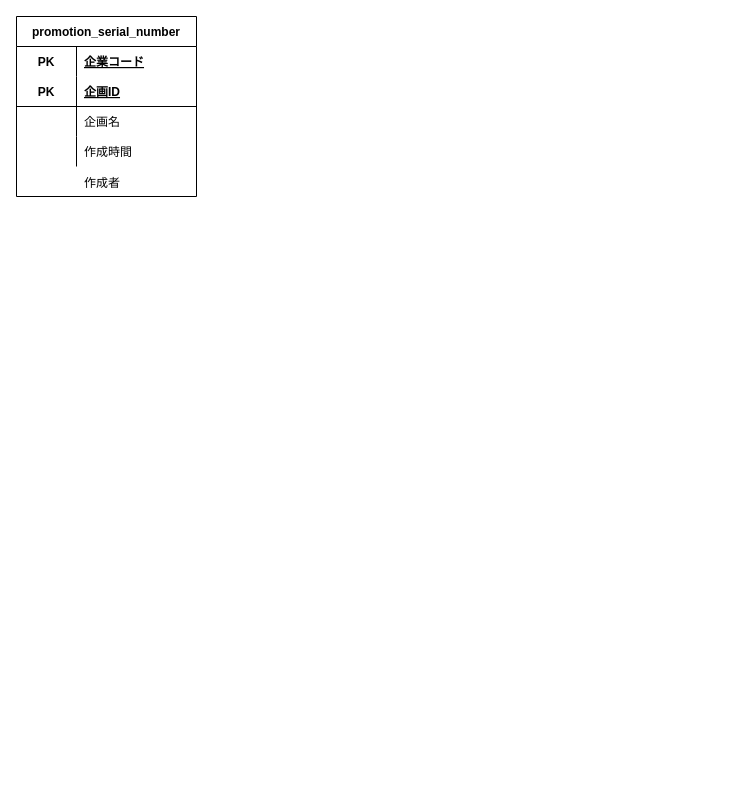
Before: poc_barcode.drawio in 10151940/Life, a draw.io diagram. Source tidied: cells renumbered, new cells numbered last; positions are measured from the earlier drawing's top-left corner, leaving out a move shared by most shapes. Both pictures are drawn from the tidied source at 100%, with x=0, y=0 at pixel (16, 16).
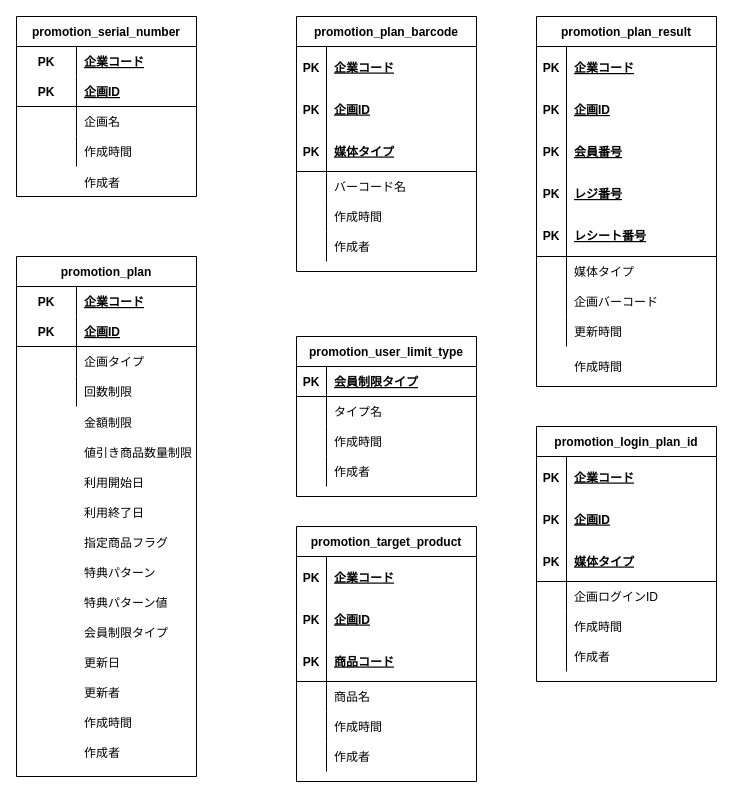
Above is the later version.

The edit, as a diff of the source:
```diff
@@
+    <mxCell id="17" style="group;" parent="1" vertex="1">
+      <mxGeometry y="240" width="180" height="630" as="geometry" />
+    </mxCell>
+    <mxCell id="18" value="promotion_plan" style="shape=table;startSize=30;childLayout=tableLayout;rowLines=0;fontStyle=1;align=center;" parent="17" vertex="1">
+      <mxGeometry width="180" height="520" as="geometry" />
+    </mxCell>
+    <mxCell id="19" style="shape=partialRectangle;fillColor=none;top=0;left=0;bottom=0;right=0;" parent="18" vertex="1">
+      <mxGeometry y="30" width="180" height="30" as="geometry" />
+    </mxCell>
+    <mxCell id="20" value="PK" style="shape=partialRectangle;fillColor=none;top=0;left=0;bottom=0;right=0;fontStyle=1;overflow=hidden;" parent="19" vertex="1">
+      <mxGeometry width="60" height="30" as="geometry" />
+    </mxCell>
+    <mxCell id="21" value="企業コード" style="shape=partialRectangle;fillColor=none;top=0;left=0;bottom=0;right=0;align=left;spacingLeft=6;fontStyle=5;overflow=hidden;" parent="19" vertex="1">
+      <mxGeometry x="60" width="120" height="30" as="geometry" />
+    </mxCell>
+    <mxCell id="22" style="shape=partialRectangle;fillColor=none;top=0;left=0;bottom=1;right=0;" parent="18" vertex="1">
+      <mxGeometry y="60" width="180" height="30" as="geometry" />
+    </mxCell>
+    <mxCell id="23" value="PK" style="shape=partialRectangle;fillColor=none;top=0;left=0;bottom=0;right=0;fontStyle=1;overflow=hidden;" parent="22" vertex="1">
+      <mxGeometry width="60" height="30" as="geometry" />
+    </mxCell>
+    <mxCell id="24" value="企画ID" style="shape=partialRectangle;fillColor=none;top=0;left=0;bottom=0;right=0;align=left;spacingLeft=6;fontStyle=5;overflow=hidden;" parent="22" vertex="1">
+      <mxGeometry x="60" width="120" height="30" as="geometry" />
+    </mxCell>
+    <mxCell id="25" style="shape=partialRectangle;fillColor=none;top=0;left=0;bottom=0;right=0;" parent="18" vertex="1">
+      <mxGeometry y="90" width="180" height="30" as="geometry" />
+    </mxCell>
+    <mxCell id="26" style="shape=partialRectangle;fillColor=none;top=0;left=0;bottom=0;right=0;overflow=hidden;" parent="25" vertex="1">
+      <mxGeometry width="60" height="30" as="geometry" />
+    </mxCell>
+    <mxCell id="27" value="企画タイプ" style="shape=partialRectangle;fillColor=none;top=0;left=0;bottom=0;right=0;align=left;spacingLeft=6;overflow=hidden;" parent="25" vertex="1">
+      <mxGeometry x="60" width="120" height="30" as="geometry" />
+    </mxCell>
+    <mxCell id="28" style="shape=partialRectangle;fillColor=none;top=0;left=0;bottom=0;right=0;" parent="18" vertex="1">
+      <mxGeometry y="120" width="180" height="30" as="geometry" />
+    </mxCell>
+    <mxCell id="29" style="shape=partialRectangle;fillColor=none;top=0;left=0;bottom=0;right=0;overflow=hidden;" parent="28" vertex="1">
+      <mxGeometry width="60" height="30" as="geometry" />
+    </mxCell>
+    <mxCell id="30" value="回数制限" style="shape=partialRectangle;fillColor=none;top=0;left=0;bottom=0;right=0;align=left;spacingLeft=6;overflow=hidden;" parent="28" vertex="1">
+      <mxGeometry x="60" width="120" height="30" as="geometry" />
+    </mxCell>
+    <mxCell id="31" value="金額制限" style="shape=partialRectangle;fillColor=none;top=0;left=0;bottom=0;right=0;align=left;spacingLeft=6;overflow=hidden;" parent="17" vertex="1">
+      <mxGeometry x="60" y="150" width="120" height="31.3" as="geometry" />
+    </mxCell>
+    <mxCell id="32" value="利用開始日" style="shape=partialRectangle;fillColor=none;top=0;left=0;bottom=0;right=0;align=left;spacingLeft=6;overflow=hidden;" parent="17" vertex="1">
+      <mxGeometry x="60" y="211.2" width="120" height="30" as="geometry" />
+    </mxCell>
+    <mxCell id="33" value="利用終了日" style="shape=partialRectangle;fillColor=none;top=0;left=0;bottom=0;right=0;align=left;spacingLeft=6;overflow=hidden;" parent="17" vertex="1">
+      <mxGeometry x="60" y="241.2" width="120" height="30" as="geometry" />
+    </mxCell>
+    <mxCell id="34" value="指定商品フラグ" style="shape=partialRectangle;fillColor=none;top=0;left=0;bottom=0;right=0;align=left;spacingLeft=6;overflow=hidden;" parent="17" vertex="1">
+      <mxGeometry x="60" y="271.2" width="120" height="30" as="geometry" />
+    </mxCell>
+    <mxCell id="35" value="特典パターン" style="shape=partialRectangle;fillColor=none;top=0;left=0;bottom=0;right=0;align=left;spacingLeft=6;overflow=hidden;" parent="17" vertex="1">
+      <mxGeometry x="60" y="301.2" width="120" height="30" as="geometry" />
+    </mxCell>
+    <mxCell id="36" value="特典パターン値" style="shape=partialRectangle;fillColor=none;top=0;left=0;bottom=0;right=0;align=left;spacingLeft=6;overflow=hidden;" parent="17" vertex="1">
+      <mxGeometry x="60" y="331.2" width="120" height="28.8" as="geometry" />
+    </mxCell>
+    <mxCell id="37" value="会員制限タイプ" style="shape=partialRectangle;fillColor=none;top=0;left=0;bottom=0;right=0;align=left;spacingLeft=6;overflow=hidden;" parent="17" vertex="1">
+      <mxGeometry x="60" y="361.2" width="120" height="30" as="geometry" />
+    </mxCell>
+    <mxCell id="38" value="更新日" style="shape=partialRectangle;fillColor=none;top=0;left=0;bottom=0;right=0;align=left;spacingLeft=6;overflow=hidden;" parent="17" vertex="1">
+      <mxGeometry x="60" y="391.2" width="120" height="30" as="geometry" />
+    </mxCell>
+    <mxCell id="39" value="更新者" style="shape=partialRectangle;fillColor=none;top=0;left=0;bottom=0;right=0;align=left;spacingLeft=6;overflow=hidden;" parent="17" vertex="1">
+      <mxGeometry x="60" y="421.2" width="120" height="30" as="geometry" />
+    </mxCell>
+    <mxCell id="40" value="作成時間" style="shape=partialRectangle;fillColor=none;top=0;left=0;bottom=0;right=0;align=left;spacingLeft=6;overflow=hidden;" parent="17" vertex="1">
+      <mxGeometry x="60" y="451.2" width="120" height="30" as="geometry" />
+    </mxCell>
+    <mxCell id="41" value="作成者" style="shape=partialRectangle;fillColor=none;top=0;left=0;bottom=0;right=0;align=left;spacingLeft=6;overflow=hidden;" parent="17" vertex="1">
+      <mxGeometry x="60" y="481.2" width="120" height="30" as="geometry" />
+    </mxCell>
+    <mxCell id="42" value="値引き商品数量制限" style="shape=partialRectangle;fillColor=none;top=0;left=0;bottom=0;right=0;align=left;spacingLeft=6;overflow=hidden;" parent="17" vertex="1">
+      <mxGeometry x="60" y="181.2" width="120" height="30" as="geometry" />
+    </mxCell>
+    <mxCell id="43" value="promotion_plan_barcode" style="shape=table;startSize=30;childLayout=tableLayout;rowLines=0;fontStyle=1;align=center;" parent="1" vertex="1">
+      <mxGeometry x="280" width="180" height="255" as="geometry" />
+    </mxCell>
+    <mxCell id="44" style="shape=partialRectangle;fillColor=none;top=0;left=0;bottom=1;right=0;" parent="43" vertex="1">
+      <mxGeometry y="30" width="180" height="125" as="geometry" />
+    </mxCell>
+    <mxCell id="45" value="PK&#10;&#10;&#10;PK&#10;&#10;&#10;PK" style="shape=partialRectangle;fillColor=none;top=0;left=0;bottom=0;right=0;fontStyle=1;overflow=hidden;" parent="44" vertex="1">
+      <mxGeometry width="30" height="125" as="geometry" />
+    </mxCell>
+    <mxCell id="46" value="企業コード&#10;&#10;&#10;企画ID&#10;&#10;&#10;媒体タイプ" style="shape=partialRectangle;fillColor=none;top=0;left=0;bottom=0;right=0;align=left;spacingLeft=6;fontStyle=5;overflow=hidden;" parent="44" vertex="1">
+      <mxGeometry x="30" width="150" height="125" as="geometry" />
+    </mxCell>
+    <mxCell id="47" style="shape=partialRectangle;fillColor=none;top=0;left=0;bottom=0;right=0;" parent="43" vertex="1">
+      <mxGeometry y="155" width="180" height="30" as="geometry" />
+    </mxCell>
+    <mxCell id="48" style="shape=partialRectangle;fillColor=none;top=0;left=0;bottom=0;right=0;overflow=hidden;" parent="47" vertex="1">
+      <mxGeometry width="30" height="30" as="geometry" />
+    </mxCell>
+    <mxCell id="49" value="バーコード名" style="shape=partialRectangle;fillColor=none;top=0;left=0;bottom=0;right=0;align=left;spacingLeft=6;overflow=hidden;" parent="47" vertex="1">
+      <mxGeometry x="30" width="150" height="30" as="geometry" />
+    </mxCell>
+    <mxCell id="50" style="shape=partialRectangle;fillColor=none;top=0;left=0;bottom=0;right=0;" parent="43" vertex="1">
+      <mxGeometry y="185" width="180" height="30" as="geometry" />
+    </mxCell>
+    <mxCell id="51" style="shape=partialRectangle;fillColor=none;top=0;left=0;bottom=0;right=0;overflow=hidden;" parent="50" vertex="1">
+      <mxGeometry width="30" height="30" as="geometry" />
+    </mxCell>
+    <mxCell id="52" value="作成時間" style="shape=partialRectangle;fillColor=none;top=0;left=0;bottom=0;right=0;align=left;spacingLeft=6;overflow=hidden;" parent="50" vertex="1">
+      <mxGeometry x="30" width="150" height="30" as="geometry" />
+    </mxCell>
+    <mxCell id="53" style="shape=partialRectangle;fillColor=none;top=0;left=0;bottom=0;right=0;" parent="43" vertex="1">
+      <mxGeometry y="215" width="180" height="30" as="geometry" />
+    </mxCell>
+    <mxCell id="54" style="shape=partialRectangle;fillColor=none;top=0;left=0;bottom=0;right=0;overflow=hidden;" parent="53" vertex="1">
+      <mxGeometry width="30" height="30" as="geometry" />
+    </mxCell>
+    <mxCell id="55" value="作成者" style="shape=partialRectangle;fillColor=none;top=0;left=0;bottom=0;right=0;align=left;spacingLeft=6;overflow=hidden;" parent="53" vertex="1">
+      <mxGeometry x="30" width="150" height="30" as="geometry" />
+    </mxCell>
+    <mxCell id="56" value="promotion_user_limit_type" style="shape=table;startSize=30;childLayout=tableLayout;rowLines=0;fontStyle=1;align=center;" parent="1" vertex="1">
+      <mxGeometry x="280" y="320" width="180" height="160" as="geometry" />
+    </mxCell>
+    <mxCell id="57" style="shape=partialRectangle;fillColor=none;top=0;left=0;bottom=1;right=0;" parent="56" vertex="1">
+      <mxGeometry y="30" width="180" height="30" as="geometry" />
+    </mxCell>
+    <mxCell id="58" value="PK" style="shape=partialRectangle;fillColor=none;top=0;left=0;bottom=0;right=0;fontStyle=1;overflow=hidden;" parent="57" vertex="1">
+      <mxGeometry width="30" height="30" as="geometry" />
+    </mxCell>
+    <mxCell id="59" value="会員制限タイプ" style="shape=partialRectangle;fillColor=none;top=0;left=0;bottom=0;right=0;align=left;spacingLeft=6;fontStyle=5;overflow=hidden;" parent="57" vertex="1">
+      <mxGeometry x="30" width="150" height="30" as="geometry" />
+    </mxCell>
+    <mxCell id="60" style="shape=partialRectangle;fillColor=none;top=0;left=0;bottom=0;right=0;" parent="56" vertex="1">
+      <mxGeometry y="60" width="180" height="30" as="geometry" />
+    </mxCell>
+    <mxCell id="61" style="shape=partialRectangle;fillColor=none;top=0;left=0;bottom=0;right=0;overflow=hidden;" parent="60" vertex="1">
+      <mxGeometry width="30" height="30" as="geometry" />
+    </mxCell>
+    <mxCell id="62" value="タイプ名" style="shape=partialRectangle;fillColor=none;top=0;left=0;bottom=0;right=0;align=left;spacingLeft=6;overflow=hidden;" parent="60" vertex="1">
+      <mxGeometry x="30" width="150" height="30" as="geometry" />
+    </mxCell>
+    <mxCell id="63" style="shape=partialRectangle;fillColor=none;top=0;left=0;bottom=0;right=0;" parent="56" vertex="1">
+      <mxGeometry y="90" width="180" height="30" as="geometry" />
+    </mxCell>
+    <mxCell id="64" style="shape=partialRectangle;fillColor=none;top=0;left=0;bottom=0;right=0;overflow=hidden;" parent="63" vertex="1">
+      <mxGeometry width="30" height="30" as="geometry" />
+    </mxCell>
+    <mxCell id="65" value="作成時間" style="shape=partialRectangle;fillColor=none;top=0;left=0;bottom=0;right=0;align=left;spacingLeft=6;overflow=hidden;" parent="63" vertex="1">
+      <mxGeometry x="30" width="150" height="30" as="geometry" />
+    </mxCell>
+    <mxCell id="66" style="shape=partialRectangle;fillColor=none;top=0;left=0;bottom=0;right=0;" parent="56" vertex="1">
+      <mxGeometry y="120" width="180" height="30" as="geometry" />
+    </mxCell>
+    <mxCell id="67" style="shape=partialRectangle;fillColor=none;top=0;left=0;bottom=0;right=0;overflow=hidden;" parent="66" vertex="1">
+      <mxGeometry width="30" height="30" as="geometry" />
+    </mxCell>
+    <mxCell id="68" value="作成者" style="shape=partialRectangle;fillColor=none;top=0;left=0;bottom=0;right=0;align=left;spacingLeft=6;overflow=hidden;" parent="66" vertex="1">
+      <mxGeometry x="30" width="150" height="30" as="geometry" />
+    </mxCell>
+    <mxCell id="69" value="promotion_plan_result" style="shape=table;startSize=30;childLayout=tableLayout;rowLines=0;fontStyle=1;align=center;" parent="1" vertex="1">
+      <mxGeometry x="520" width="180" height="370" as="geometry" />
+    </mxCell>
+    <mxCell id="70" style="shape=partialRectangle;fillColor=none;top=0;left=0;bottom=1;right=0;" parent="69" vertex="1">
+      <mxGeometry y="30" width="180" height="210" as="geometry" />
+    </mxCell>
+    <mxCell id="71" value="PK&#10;&#10;&#10;PK&#10;&#10;&#10;PK&#10;&#10;&#10;PK&#10;&#10;&#10;PK" style="shape=partialRectangle;fillColor=none;top=0;left=0;bottom=0;right=0;fontStyle=1;overflow=hidden;" parent="70" vertex="1">
+      <mxGeometry width="30" height="210" as="geometry" />
+    </mxCell>
+    <mxCell id="72" value="企業コード&#10;&#10;&#10;企画ID&#10;&#10;&#10;会員番号&#10;&#10;&#10;レジ番号&#10;&#10;&#10;レシート番号" style="shape=partialRectangle;fillColor=none;top=0;left=0;bottom=0;right=0;align=left;spacingLeft=6;fontStyle=5;overflow=hidden;" parent="70" vertex="1">
+      <mxGeometry x="30" width="150" height="210" as="geometry" />
+    </mxCell>
+    <mxCell id="73" style="shape=partialRectangle;fillColor=none;top=0;left=0;bottom=0;right=0;" parent="69" vertex="1">
+      <mxGeometry y="240" width="180" height="30" as="geometry" />
+    </mxCell>
+    <mxCell id="74" style="shape=partialRectangle;fillColor=none;top=0;left=0;bottom=0;right=0;overflow=hidden;" parent="73" vertex="1">
+      <mxGeometry width="30" height="30" as="geometry" />
+    </mxCell>
+    <mxCell id="75" value="媒体タイプ" style="shape=partialRectangle;fillColor=none;top=0;left=0;bottom=0;right=0;align=left;spacingLeft=6;overflow=hidden;" parent="73" vertex="1">
+      <mxGeometry x="30" width="150" height="30" as="geometry" />
+    </mxCell>
+    <mxCell id="76" style="shape=partialRectangle;fillColor=none;top=0;left=0;bottom=0;right=0;" parent="69" vertex="1">
+      <mxGeometry y="270" width="180" height="30" as="geometry" />
+    </mxCell>
+    <mxCell id="77" style="shape=partialRectangle;fillColor=none;top=0;left=0;bottom=0;right=0;overflow=hidden;" parent="76" vertex="1">
+      <mxGeometry width="30" height="30" as="geometry" />
+    </mxCell>
+    <mxCell id="78" value="企画バーコード" style="shape=partialRectangle;fillColor=none;top=0;left=0;bottom=0;right=0;align=left;spacingLeft=6;overflow=hidden;" parent="76" vertex="1">
+      <mxGeometry x="30" width="150" height="30" as="geometry" />
+    </mxCell>
+    <mxCell id="79" style="shape=partialRectangle;fillColor=none;top=0;left=0;bottom=0;right=0;" parent="69" vertex="1">
+      <mxGeometry y="300" width="180" height="30" as="geometry" />
+    </mxCell>
+    <mxCell id="80" style="shape=partialRectangle;fillColor=none;top=0;left=0;bottom=0;right=0;overflow=hidden;" parent="79" vertex="1">
+      <mxGeometry width="30" height="30" as="geometry" />
+    </mxCell>
+    <mxCell id="81" value="更新時間" style="shape=partialRectangle;fillColor=none;top=0;left=0;bottom=0;right=0;align=left;spacingLeft=6;overflow=hidden;" parent="79" vertex="1">
+      <mxGeometry x="30" width="150" height="30" as="geometry" />
+    </mxCell>
+    <mxCell id="82" value="promotion_target_product" style="shape=table;startSize=30;childLayout=tableLayout;rowLines=0;fontStyle=1;align=center;" parent="1" vertex="1">
+      <mxGeometry x="280" y="510" width="180" height="255" as="geometry" />
+    </mxCell>
+    <mxCell id="83" style="shape=partialRectangle;fillColor=none;top=0;left=0;bottom=1;right=0;" parent="82" vertex="1">
+      <mxGeometry y="30" width="180" height="125" as="geometry" />
+    </mxCell>
+    <mxCell id="84" value="PK&#10;&#10;&#10;PK&#10;&#10;&#10;PK" style="shape=partialRectangle;fillColor=none;top=0;left=0;bottom=0;right=0;fontStyle=1;overflow=hidden;" parent="83" vertex="1">
+      <mxGeometry width="30" height="125" as="geometry" />
+    </mxCell>
+    <mxCell id="85" value="企業コード&#10;&#10;&#10;企画ID&#10;&#10;&#10;商品コード" style="shape=partialRectangle;fillColor=none;top=0;left=0;bottom=0;right=0;align=left;spacingLeft=6;fontStyle=5;overflow=hidden;" parent="83" vertex="1">
+      <mxGeometry x="30" width="150" height="125" as="geometry" />
+    </mxCell>
+    <mxCell id="86" style="shape=partialRectangle;fillColor=none;top=0;left=0;bottom=0;right=0;" parent="82" vertex="1">
+      <mxGeometry y="155" width="180" height="30" as="geometry" />
+    </mxCell>
+    <mxCell id="87" style="shape=partialRectangle;fillColor=none;top=0;left=0;bottom=0;right=0;overflow=hidden;" parent="86" vertex="1">
+      <mxGeometry width="30" height="30" as="geometry" />
+    </mxCell>
+    <mxCell id="88" value="商品名" style="shape=partialRectangle;fillColor=none;top=0;left=0;bottom=0;right=0;align=left;spacingLeft=6;overflow=hidden;" parent="86" vertex="1">
+      <mxGeometry x="30" width="150" height="30" as="geometry" />
+    </mxCell>
+    <mxCell id="89" style="shape=partialRectangle;fillColor=none;top=0;left=0;bottom=0;right=0;" parent="82" vertex="1">
+      <mxGeometry y="185" width="180" height="30" as="geometry" />
+    </mxCell>
+    <mxCell id="90" style="shape=partialRectangle;fillColor=none;top=0;left=0;bottom=0;right=0;overflow=hidden;" parent="89" vertex="1">
+      <mxGeometry width="30" height="30" as="geometry" />
+    </mxCell>
+    <mxCell id="91" value="作成時間" style="shape=partialRectangle;fillColor=none;top=0;left=0;bottom=0;right=0;align=left;spacingLeft=6;overflow=hidden;" parent="89" vertex="1">
+      <mxGeometry x="30" width="150" height="30" as="geometry" />
+    </mxCell>
+    <mxCell id="92" style="shape=partialRectangle;fillColor=none;top=0;left=0;bottom=0;right=0;" parent="82" vertex="1">
+      <mxGeometry y="215" width="180" height="30" as="geometry" />
+    </mxCell>
+    <mxCell id="93" style="shape=partialRectangle;fillColor=none;top=0;left=0;bottom=0;right=0;overflow=hidden;" parent="92" vertex="1">
+      <mxGeometry width="30" height="30" as="geometry" />
+    </mxCell>
+    <mxCell id="94" value="作成者" style="shape=partialRectangle;fillColor=none;top=0;left=0;bottom=0;right=0;align=left;spacingLeft=6;overflow=hidden;" parent="92" vertex="1">
+      <mxGeometry x="30" width="150" height="30" as="geometry" />
+    </mxCell>
+    <mxCell id="95" value="作成時間" style="shape=partialRectangle;fillColor=none;top=0;left=0;bottom=0;right=0;align=left;spacingLeft=6;overflow=hidden;" parent="1" vertex="1">
+      <mxGeometry x="550" y="335" width="150" height="30" as="geometry" />
+    </mxCell>
+    <mxCell id="96" value="promotion_login_plan_id" style="shape=table;startSize=30;childLayout=tableLayout;rowLines=0;fontStyle=1;align=center;" parent="1" vertex="1">
+      <mxGeometry x="520" y="410" width="180" height="255" as="geometry" />
+    </mxCell>
+    <mxCell id="97" style="shape=partialRectangle;fillColor=none;top=0;left=0;bottom=1;right=0;" parent="96" vertex="1">
+      <mxGeometry y="30" width="180" height="125" as="geometry" />
+    </mxCell>
+    <mxCell id="98" value="PK&#10;&#10;&#10;PK&#10;&#10;&#10;PK" style="shape=partialRectangle;fillColor=none;top=0;left=0;bottom=0;right=0;fontStyle=1;overflow=hidden;" parent="97" vertex="1">
+      <mxGeometry width="30" height="125" as="geometry" />
+    </mxCell>
+    <mxCell id="99" value="企業コード&#10;&#10;&#10;企画ID&#10;&#10;&#10;媒体タイプ" style="shape=partialRectangle;fillColor=none;top=0;left=0;bottom=0;right=0;align=left;spacingLeft=6;fontStyle=5;overflow=hidden;" parent="97" vertex="1">
+      <mxGeometry x="30" width="150" height="125" as="geometry" />
+    </mxCell>
+    <mxCell id="100" style="shape=partialRectangle;fillColor=none;top=0;left=0;bottom=0;right=0;" parent="96" vertex="1">
+      <mxGeometry y="155" width="180" height="30" as="geometry" />
+    </mxCell>
+    <mxCell id="101" style="shape=partialRectangle;fillColor=none;top=0;left=0;bottom=0;right=0;overflow=hidden;" parent="100" vertex="1">
+      <mxGeometry width="30" height="30" as="geometry" />
+    </mxCell>
+    <mxCell id="102" value="企画ログインID" style="shape=partialRectangle;fillColor=none;top=0;left=0;bottom=0;right=0;align=left;spacingLeft=6;overflow=hidden;" parent="100" vertex="1">
+      <mxGeometry x="30" width="150" height="30" as="geometry" />
+    </mxCell>
+    <mxCell id="103" style="shape=partialRectangle;fillColor=none;top=0;left=0;bottom=0;right=0;" parent="96" vertex="1">
+      <mxGeometry y="185" width="180" height="30" as="geometry" />
+    </mxCell>
+    <mxCell id="104" style="shape=partialRectangle;fillColor=none;top=0;left=0;bottom=0;right=0;overflow=hidden;" parent="103" vertex="1">
+      <mxGeometry width="30" height="30" as="geometry" />
+    </mxCell>
+    <mxCell id="105" value="作成時間" style="shape=partialRectangle;fillColor=none;top=0;left=0;bottom=0;right=0;align=left;spacingLeft=6;overflow=hidden;" parent="103" vertex="1">
+      <mxGeometry x="30" width="150" height="30" as="geometry" />
+    </mxCell>
+    <mxCell id="106" style="shape=partialRectangle;fillColor=none;top=0;left=0;bottom=0;right=0;" parent="96" vertex="1">
+      <mxGeometry y="215" width="180" height="30" as="geometry" />
+    </mxCell>
+    <mxCell id="107" style="shape=partialRectangle;fillColor=none;top=0;left=0;bottom=0;right=0;overflow=hidden;" parent="106" vertex="1">
+      <mxGeometry width="30" height="30" as="geometry" />
+    </mxCell>
+    <mxCell id="108" value="作成者" style="shape=partialRectangle;fillColor=none;top=0;left=0;bottom=0;right=0;align=left;spacingLeft=6;overflow=hidden;" parent="106" vertex="1">
+      <mxGeometry x="30" width="150" height="30" as="geometry" />
+    </mxCell>
```
